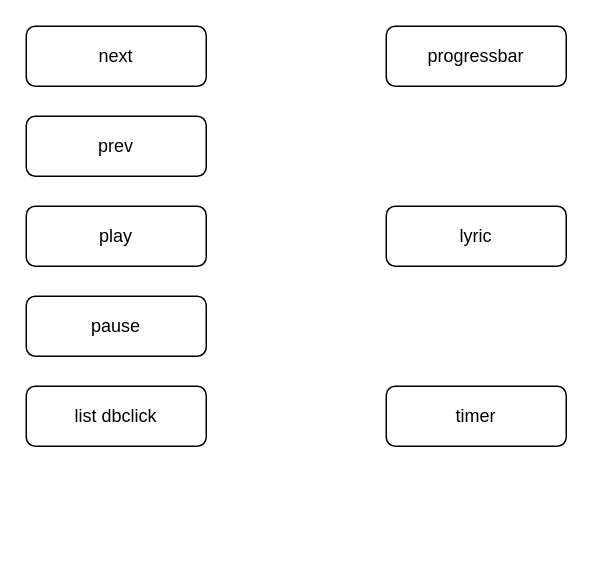
Before: player.drawio in xugaoyang/drawio_docs, a draw.io diagram. Source tidied: cells renumbered, new cells numbered last; positions are measured from the earlier drawing's top-left corner, leaving out a move shared by most shapes. Both pictures are drawn from the tidied source at 150%, with x=0, y=0 at pixel (26, 26).
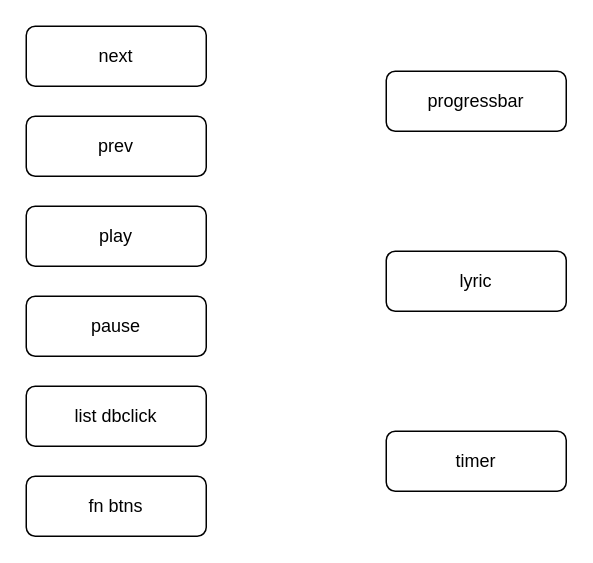
The same diagram, later.

The edit, as a diff of the source:
```diff
@@
 <mxGraphModel>
   <root>
     <mxCell id="0" />
     <mxCell id="1" parent="0" />
     <mxCell id="2" value="play" style="rounded=1;whiteSpace=wrap;html=1;" parent="1" vertex="1">
       <mxGeometry y="120" width="120" height="40" as="geometry" />
     </mxCell>
     <mxCell id="3" value="timer" style="whiteSpace=wrap;html=1;rounded=1;" parent="1" vertex="1">
-      <mxGeometry x="240" y="240" width="120" height="40" as="geometry" />
+      <mxGeometry x="240" y="270" width="120" height="40" as="geometry" />
     </mxCell>
     <mxCell id="4" value="progressbar" style="whiteSpace=wrap;html=1;rounded=1;" parent="1" vertex="1">
-      <mxGeometry x="240" width="120" height="40" as="geometry" />
+      <mxGeometry x="240" y="30" width="120" height="40" as="geometry" />
     </mxCell>
     <mxCell id="5" value="lyric&lt;br&gt;" style="whiteSpace=wrap;html=1;rounded=1;" parent="1" vertex="1">
-      <mxGeometry x="240" y="120" width="120" height="40" as="geometry" />
+      <mxGeometry x="240" y="150" width="120" height="40" as="geometry" />
     </mxCell>
     <mxCell id="6" value="pause" style="whiteSpace=wrap;html=1;rounded=1;" parent="1" vertex="1">
       <mxGeometry y="180" width="120" height="40" as="geometry" />
     </mxCell>
     <mxCell id="7" value="prev" style="whiteSpace=wrap;html=1;rounded=1;" parent="1" vertex="1">
       <mxGeometry y="60" width="120" height="40" as="geometry" />
     </mxCell>
     <mxCell id="8" value="next" style="rounded=1;whiteSpace=wrap;html=1;" parent="1" vertex="1">
       <mxGeometry width="120" height="40" as="geometry" />
     </mxCell>
     <mxCell id="9" value="list dbclick" style="rounded=1;whiteSpace=wrap;html=1;" parent="1" vertex="1">
       <mxGeometry y="240" width="120" height="40" as="geometry" />
     </mxCell>
+    <mxCell id="10" value="fn btns" style="rounded=1;whiteSpace=wrap;html=1;" parent="1" vertex="1">
+      <mxGeometry y="300" width="120" height="40" as="geometry" />
+    </mxCell>
   </root>
 </mxGraphModel>
```
